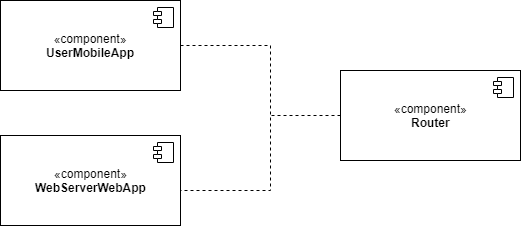
Fabs97/PremiSicilianoTaddeo keeps this draw.io diagram as DD Working Folder/dd/resources/images/Integration-Router.png. Above is the earlier version. Source tidied: cells renumbered, new cells last; positions are measured from the earlier drawing's top-left corner, leaving out a move shared by most shapes. Source of this version:
```xml
<mxGraphModel>
  <root>
    <mxCell id="0" />
    <mxCell id="1" parent="0" />
    <mxCell id="2" style="edgeStyle=orthogonalEdgeStyle;rounded=0;jettySize=auto;html=1;exitX=0;exitY=0.5;exitDx=0;exitDy=0;dashed=1;endArrow=none;endFill=0;" parent="1" edge="1" source="3">
      <mxGeometry relative="1" as="geometry">
        <mxPoint x="270" y="115" as="targetPoint" />
      </mxGeometry>
    </mxCell>
    <mxCell id="3" value="«component»&lt;br&gt;&lt;b&gt;Router&lt;/b&gt;" style="html=1;" parent="1" vertex="1">
      <mxGeometry x="340" y="70" width="180" height="90" as="geometry" />
    </mxCell>
    <mxCell id="4" style="shape=component;jettyWidth=8;jettyHeight=4;" parent="3" vertex="1">
      <mxGeometry x="1" width="20" height="20" relative="1" as="geometry">
        <mxPoint x="-27" y="7" as="offset" />
      </mxGeometry>
    </mxCell>
    <mxCell id="5" style="edgeStyle=orthogonalEdgeStyle;rounded=0;jettySize=auto;html=1;exitX=1;exitY=0.5;exitDx=0;exitDy=0;entryX=1;entryY=0.611;entryDx=0;entryDy=0;entryPerimeter=0;dashed=1;endArrow=none;endFill=0;" parent="1" edge="1" source="6" target="8">
      <mxGeometry relative="1" as="geometry">
        <Array as="points">
          <mxPoint x="270" y="45" />
          <mxPoint x="270" y="190" />
        </Array>
      </mxGeometry>
    </mxCell>
    <mxCell id="6" value="«component»&lt;br&gt;&lt;b&gt;UserMobileApp&lt;/b&gt;" style="html=1;" parent="1" vertex="1">
      <mxGeometry width="180" height="90" as="geometry" />
    </mxCell>
    <mxCell id="7" style="shape=component;jettyWidth=8;jettyHeight=4;" parent="6" vertex="1">
      <mxGeometry x="1" width="20" height="20" relative="1" as="geometry">
        <mxPoint x="-27" y="7" as="offset" />
      </mxGeometry>
    </mxCell>
    <mxCell id="8" value="«component»&lt;br&gt;&lt;b&gt;WebServerWebApp&lt;/b&gt;" style="html=1;" parent="1" vertex="1">
      <mxGeometry y="135" width="180" height="90" as="geometry" />
    </mxCell>
    <mxCell id="9" style="shape=component;jettyWidth=8;jettyHeight=4;" parent="8" vertex="1">
      <mxGeometry x="1" width="20" height="20" relative="1" as="geometry">
        <mxPoint x="-27" y="7" as="offset" />
      </mxGeometry>
    </mxCell>
  </root>
</mxGraphModel>
```
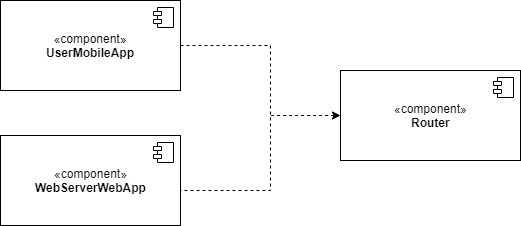
Above is the later version.

Change to the diagram source:
```diff
@@ -2,7 +2,7 @@
   <root>
     <mxCell id="0" />
     <mxCell id="1" parent="0" />
-    <mxCell id="2" style="edgeStyle=orthogonalEdgeStyle;rounded=0;jettySize=auto;html=1;exitX=0;exitY=0.5;exitDx=0;exitDy=0;dashed=1;endArrow=none;endFill=0;" parent="1" edge="1" source="3">
+    <mxCell id="2" style="edgeStyle=orthogonalEdgeStyle;rounded=0;jettySize=auto;html=1;exitX=0;exitY=0.5;exitDx=0;exitDy=0;dashed=1;endArrow=none;endFill=0;startArrow=classic;startFill=1;" parent="1" edge="1" source="3">
       <mxGeometry relative="1" as="geometry">
         <mxPoint x="270" y="115" as="targetPoint" />
       </mxGeometry>
```
